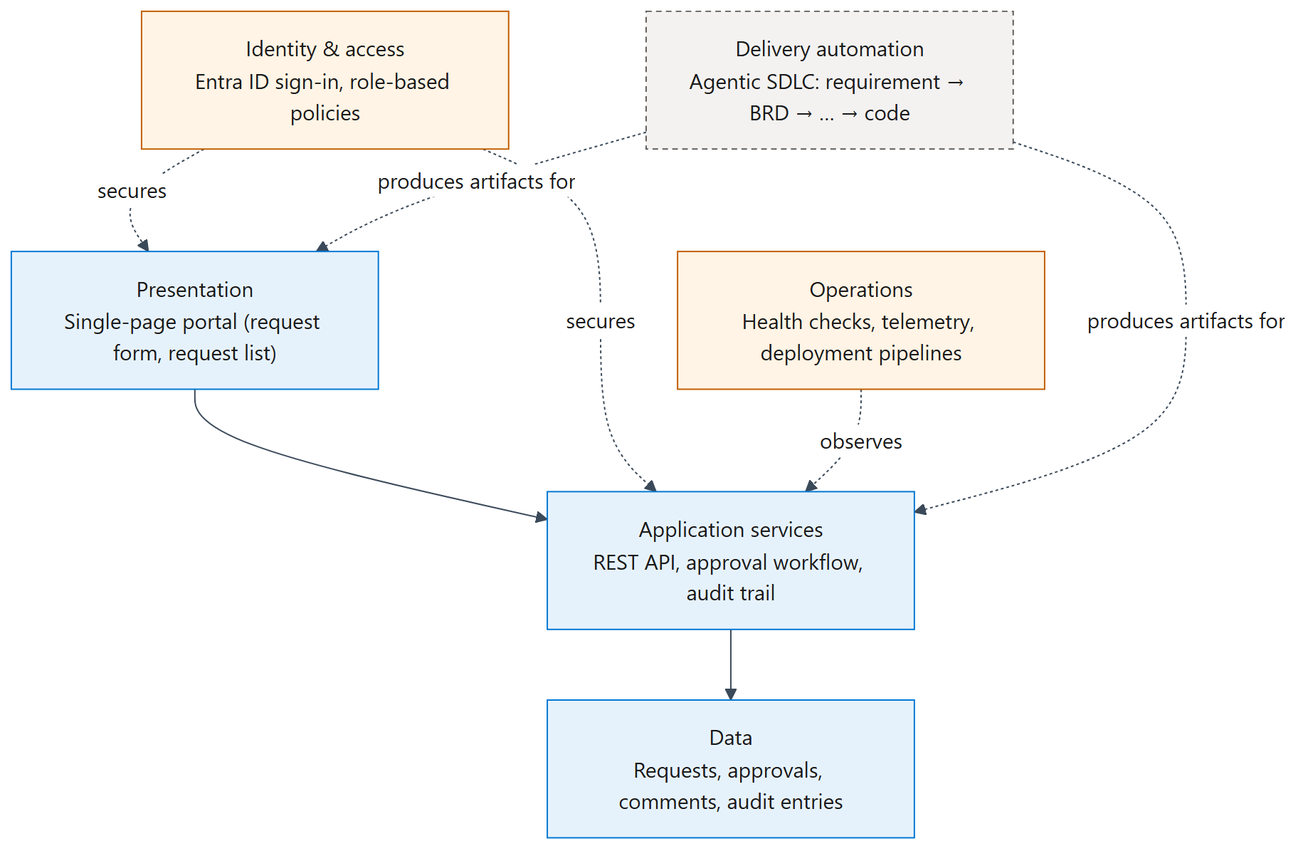
The Mermaid diagram docs/complete-solution-documentation/diagrams/rendered/02-conceptual-architecture.png in Deepankar-AICloud/AISDLC-V1, before a commit. Its source is kept beside it as docs/complete-solution-documentation/diagrams/mermaid/02-conceptual-architecture.mmd. Source of this version:
```mermaid
flowchart TB
  classDef layer fill:#E6F2FB,stroke:#0078D4,color:#1B1B1B
  classDef ctrl fill:#FFF4E5,stroke:#C25E00,color:#1B1B1B
  classDef ext fill:#F3F2F1,stroke:#605E5C,stroke-dasharray:4 3,color:#1B1B1B

  P["Presentation<br/>Single-page portal (request form, request list)"]:::layer
  A["Application services<br/>REST API, approval workflow, audit trail"]:::layer
  D["Data<br/>Requests, approvals, comments, audit entries"]:::layer
  I["Identity & access<br/>Entra ID sign-in, role-based policies"]:::ctrl
  O["Operations<br/>Health checks, telemetry, deployment pipelines"]:::ctrl
  E["Delivery automation<br/>Agentic SDLC: requirement → BRD → … → code"]:::ext

  P --> A --> D
  I -. secures .-> P
  I -. secures .-> A
  O -. observes .-> A
  E -. produces artifacts for .-> P
  E -. produces artifacts for .-> A
```
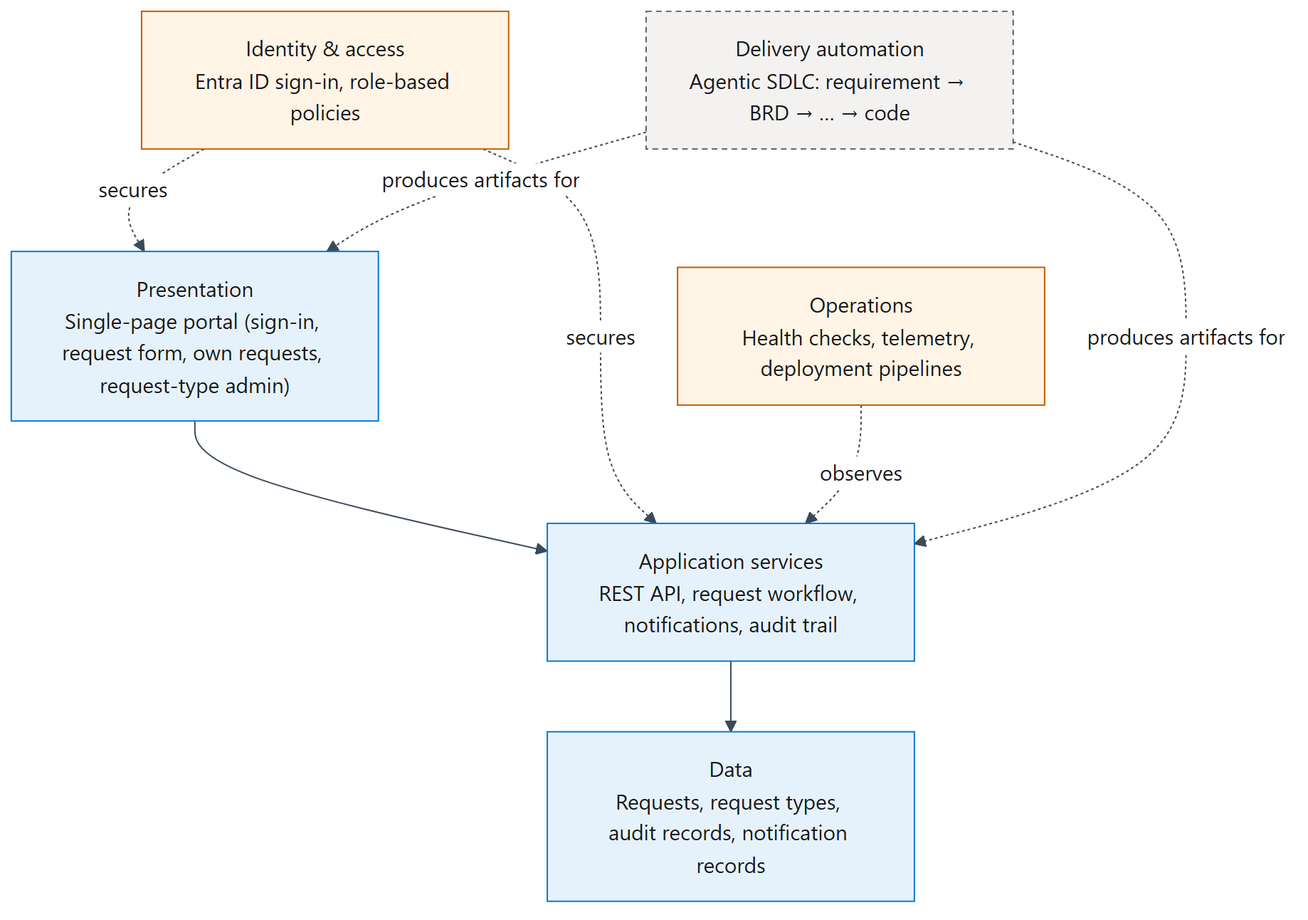
The same file after the commit.

The edit, as a diff of the source:
```diff
@@ -3,9 +3,9 @@
   classDef ctrl fill:#FFF4E5,stroke:#C25E00,color:#1B1B1B
   classDef ext fill:#F3F2F1,stroke:#605E5C,stroke-dasharray:4 3,color:#1B1B1B
 
-  P["Presentation<br/>Single-page portal (request form, request list)"]:::layer
-  A["Application services<br/>REST API, approval workflow, audit trail"]:::layer
-  D["Data<br/>Requests, approvals, comments, audit entries"]:::layer
+  P["Presentation<br/>Single-page portal (sign-in, request form, own requests, request-type admin)"]:::layer
+  A["Application services<br/>REST API, request workflow, notifications, audit trail"]:::layer
+  D["Data<br/>Requests, request types, audit records, notification records"]:::layer
   I["Identity & access<br/>Entra ID sign-in, role-based policies"]:::ctrl
   O["Operations<br/>Health checks, telemetry, deployment pipelines"]:::ctrl
   E["Delivery automation<br/>Agentic SDLC: requirement → BRD → … → code"]:::ext
```
